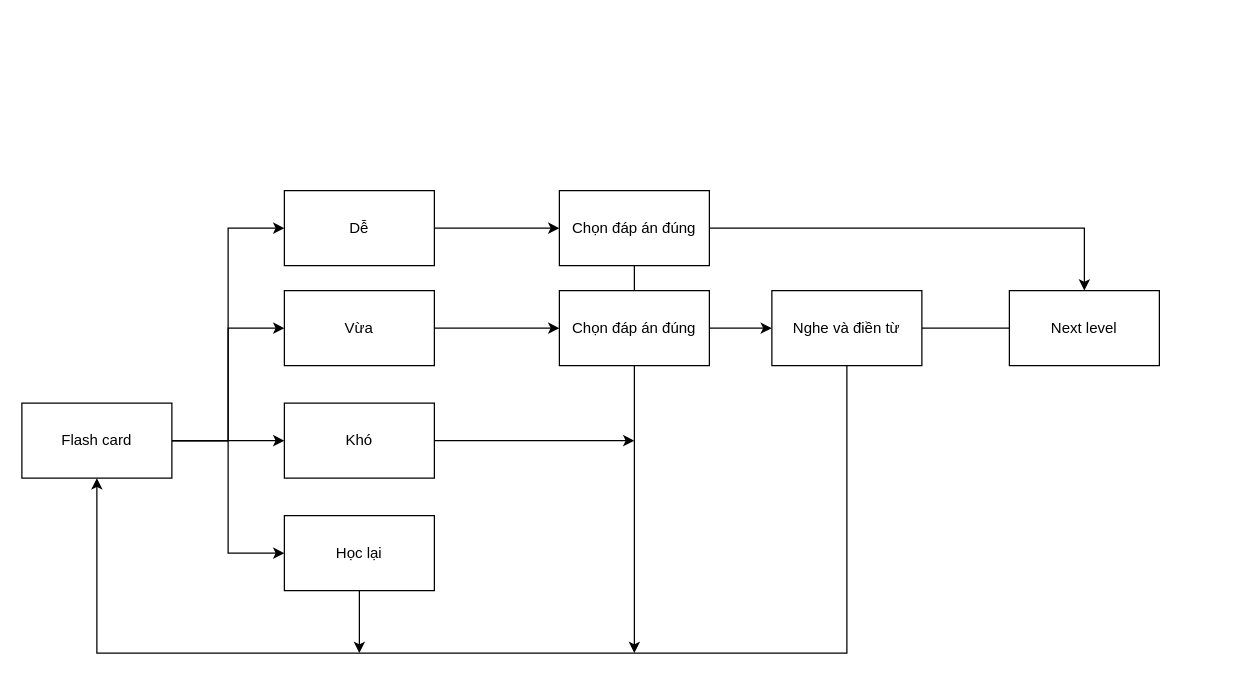
This is page "1 turn học" (4 of 4) of Untitled Diagram.drawio from sqhqk58/hello-world, a draw.io file, before an edit. Source tidied: cells renumbered, new cells numbered last; positions are measured from the earlier drawing's top-left corner, leaving out a move shared by most shapes. Both pictures are drawn from the tidied source at 125%, with x=0, y=0 at pixel (21, 190).
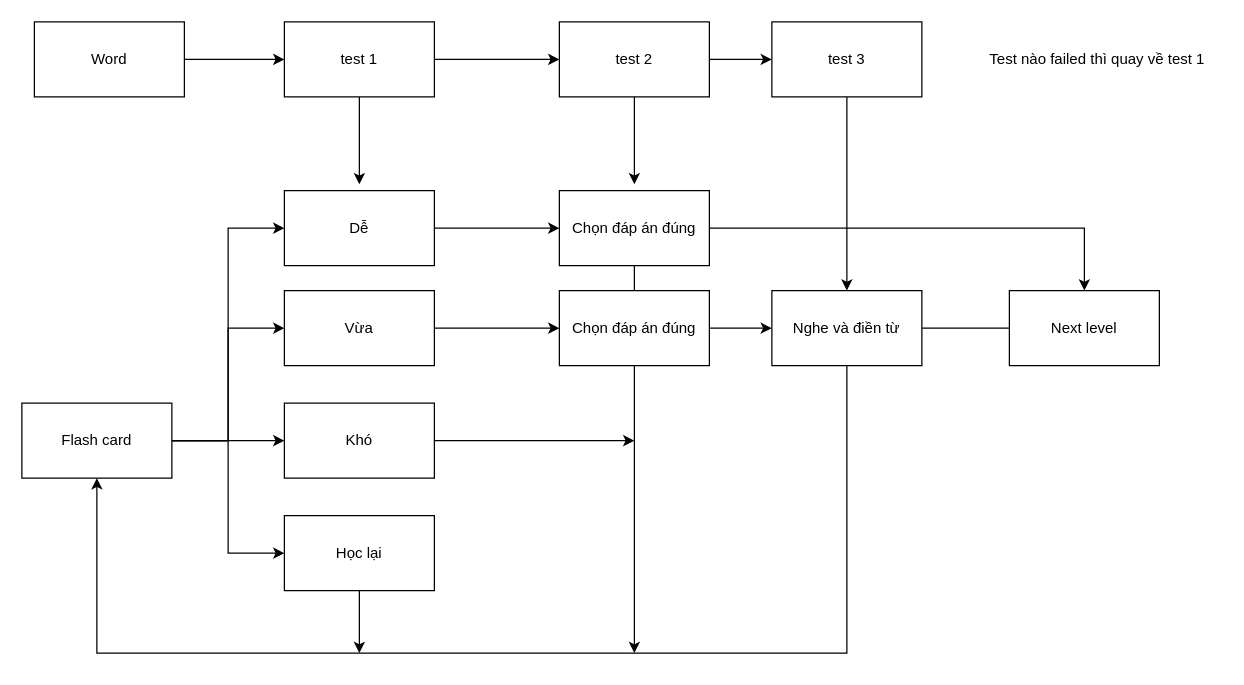
The same page after the edit.

Unchanged cells that the change refers to:
```xml
<mxCell id="19" value="Nghe và điền từ" style="whiteSpace=wrap;html=1;" parent="1" vertex="1">
  <mxGeometry x="600" y="80" width="120" height="60" as="geometry" />
</mxCell>
```

Change to the diagram source:
```diff
@@
+    <mxCell id="25" style="edgeStyle=orthogonalEdgeStyle;rounded=0;jettySize=auto;html=1;" parent="1" edge="1" source="27" target="30">
+      <mxGeometry relative="1" as="geometry" />
+    </mxCell>
+    <mxCell id="26" style="edgeStyle=orthogonalEdgeStyle;rounded=0;jettySize=auto;html=1;" parent="1" edge="1" source="27">
+      <mxGeometry relative="1" as="geometry">
+        <mxPoint x="270" y="-5" as="targetPoint" />
+      </mxGeometry>
+    </mxCell>
+    <mxCell id="27" value="test 1" style="whiteSpace=wrap;html=1;" parent="1" vertex="1">
+      <mxGeometry x="210" y="-135" width="120" height="60" as="geometry" />
+    </mxCell>
+    <mxCell id="28" style="edgeStyle=orthogonalEdgeStyle;rounded=0;jettySize=auto;html=1;entryX=0;entryY=0.5;entryDx=0;entryDy=0;" parent="1" edge="1" source="30" target="32">
+      <mxGeometry relative="1" as="geometry" />
+    </mxCell>
+    <mxCell id="29" style="edgeStyle=orthogonalEdgeStyle;rounded=0;jettySize=auto;html=1;" parent="1" edge="1" source="30">
+      <mxGeometry relative="1" as="geometry">
+        <mxPoint x="490" y="-5" as="targetPoint" />
+      </mxGeometry>
+    </mxCell>
+    <mxCell id="30" value="test 2" style="whiteSpace=wrap;html=1;" parent="1" vertex="1">
+      <mxGeometry x="430" y="-135" width="120" height="60" as="geometry" />
+    </mxCell>
+    <mxCell id="31" style="edgeStyle=orthogonalEdgeStyle;rounded=0;jettySize=auto;html=1;entryX=0.5;entryY=0;entryDx=0;entryDy=0;" parent="1" edge="1" source="32" target="19">
+      <mxGeometry relative="1" as="geometry" />
+    </mxCell>
+    <mxCell id="32" value="test 3" style="whiteSpace=wrap;html=1;" parent="1" vertex="1">
+      <mxGeometry x="600" y="-135" width="120" height="60" as="geometry" />
+    </mxCell>
+    <mxCell id="33" style="edgeStyle=orthogonalEdgeStyle;rounded=0;jettySize=auto;html=1;entryX=0;entryY=0.5;entryDx=0;entryDy=0;" parent="1" edge="1" source="34" target="27">
+      <mxGeometry relative="1" as="geometry" />
+    </mxCell>
+    <mxCell id="34" value="Word" style="whiteSpace=wrap;html=1;" parent="1" vertex="1">
+      <mxGeometry x="10" y="-135" width="120" height="60" as="geometry" />
+    </mxCell>
+    <mxCell id="35" value="Test nào failed thì quay về test 1" style="text;html=1;align=center;verticalAlign=middle;strokeColor=none;fillColor=none;" parent="1" vertex="1">
+      <mxGeometry x="760" y="-120" width="200" height="30" as="geometry" />
+    </mxCell>
```
